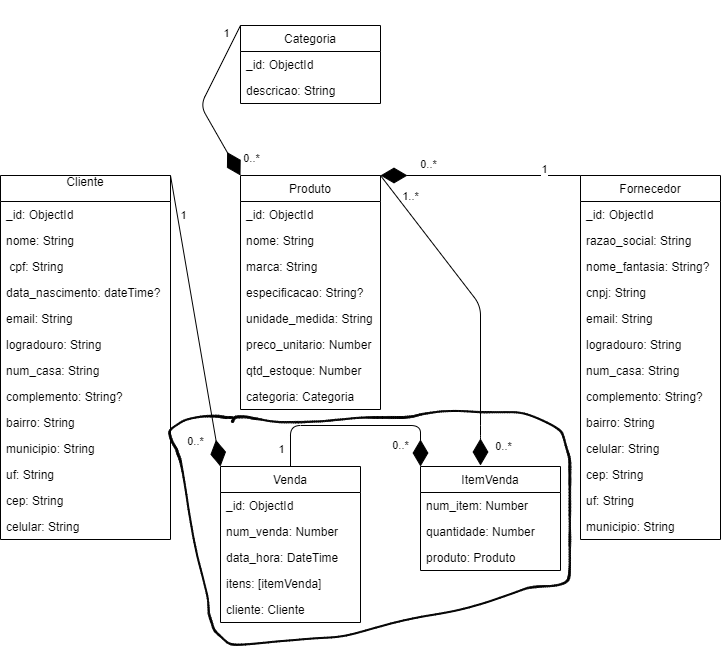
The draw.io diagram docs/NoAM.png in faustocintra/bn-not-2024-2, before a commit. Source tidied: cells renumbered, new cells last; positions are measured from the earlier drawing's top-left corner, leaving out a move shared by most shapes.
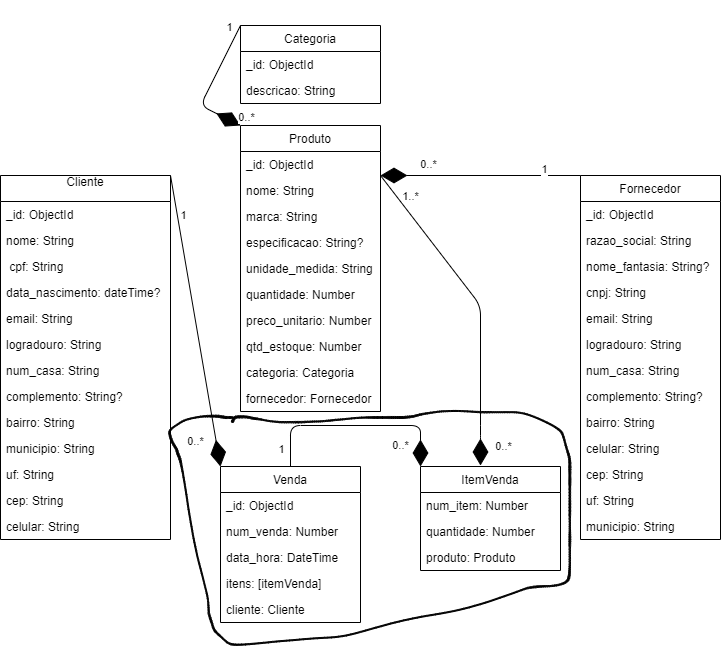
After the commit.

What changed in the source:
```diff
@@ -45,7 +45,7 @@
       <mxGeometry y="338" width="170" height="26" as="geometry" />
     </mxCell>
     <mxCell id="16" value="Produto" style="swimlane;fontStyle=0;horizontal=1;startSize=26;fillColor=none;" parent="1" vertex="1">
-      <mxGeometry x="240" y="150" width="140" height="234" as="geometry" />
+      <mxGeometry x="240" y="100" width="140" height="286" as="geometry" />
     </mxCell>
     <mxCell id="17" value="_id: ObjectId" style="text;strokeColor=none;fillColor=none;align=left;verticalAlign=top;spacingLeft=4;spacingRight=4;overflow=hidden;" parent="16" vertex="1">
       <mxGeometry y="26" width="140" height="26" as="geometry" />
@@ -62,15 +62,21 @@
     <mxCell id="21" value="unidade_medida: String" style="text;strokeColor=none;fillColor=none;align=left;verticalAlign=top;spacingLeft=4;spacingRight=4;overflow=hidden;" parent="16" vertex="1">
       <mxGeometry y="130" width="140" height="26" as="geometry" />
     </mxCell>
+    <mxCell id="67" value="quantidade: Number" style="text;strokeColor=none;fillColor=none;align=left;verticalAlign=top;spacingLeft=4;spacingRight=4;overflow=hidden;" parent="16" vertex="1">
+      <mxGeometry y="156" width="140" height="26" as="geometry" />
+    </mxCell>
     <mxCell id="22" value="preco_unitario: Number" style="text;strokeColor=none;fillColor=none;align=left;verticalAlign=top;spacingLeft=4;spacingRight=4;overflow=hidden;" parent="16" vertex="1">
-      <mxGeometry y="156" width="140" height="26" as="geometry" />
+      <mxGeometry y="182" width="140" height="26" as="geometry" />
     </mxCell>
     <mxCell id="23" value="qtd_estoque: Number" style="text;strokeColor=none;fillColor=none;align=left;verticalAlign=top;spacingLeft=4;spacingRight=4;overflow=hidden;" parent="16" vertex="1">
-      <mxGeometry y="182" width="140" height="26" as="geometry" />
+      <mxGeometry y="208" width="140" height="26" as="geometry" />
     </mxCell>
     <mxCell id="24" value="categoria: Categoria" style="text;strokeColor=none;fillColor=none;align=left;verticalAlign=top;spacingLeft=4;spacingRight=4;overflow=hidden;" parent="16" vertex="1">
-      <mxGeometry y="208" width="140" height="26" as="geometry" />
+      <mxGeometry y="234" width="140" height="26" as="geometry" />
     </mxCell>
+    <mxCell id="68" value="fornecedor: Fornecedor" style="text;strokeColor=none;fillColor=none;align=left;verticalAlign=top;spacingLeft=4;spacingRight=4;overflow=hidden;" parent="16" vertex="1">
+      <mxGeometry y="260" width="140" height="26" as="geometry" />
+    </mxCell>
     <mxCell id="25" value="Categoria" style="swimlane;fontStyle=0;horizontal=1;startSize=26;fillColor=none;" parent="1" vertex="1">
       <mxGeometry x="240" width="140" height="78" as="geometry" />
     </mxCell>
```
